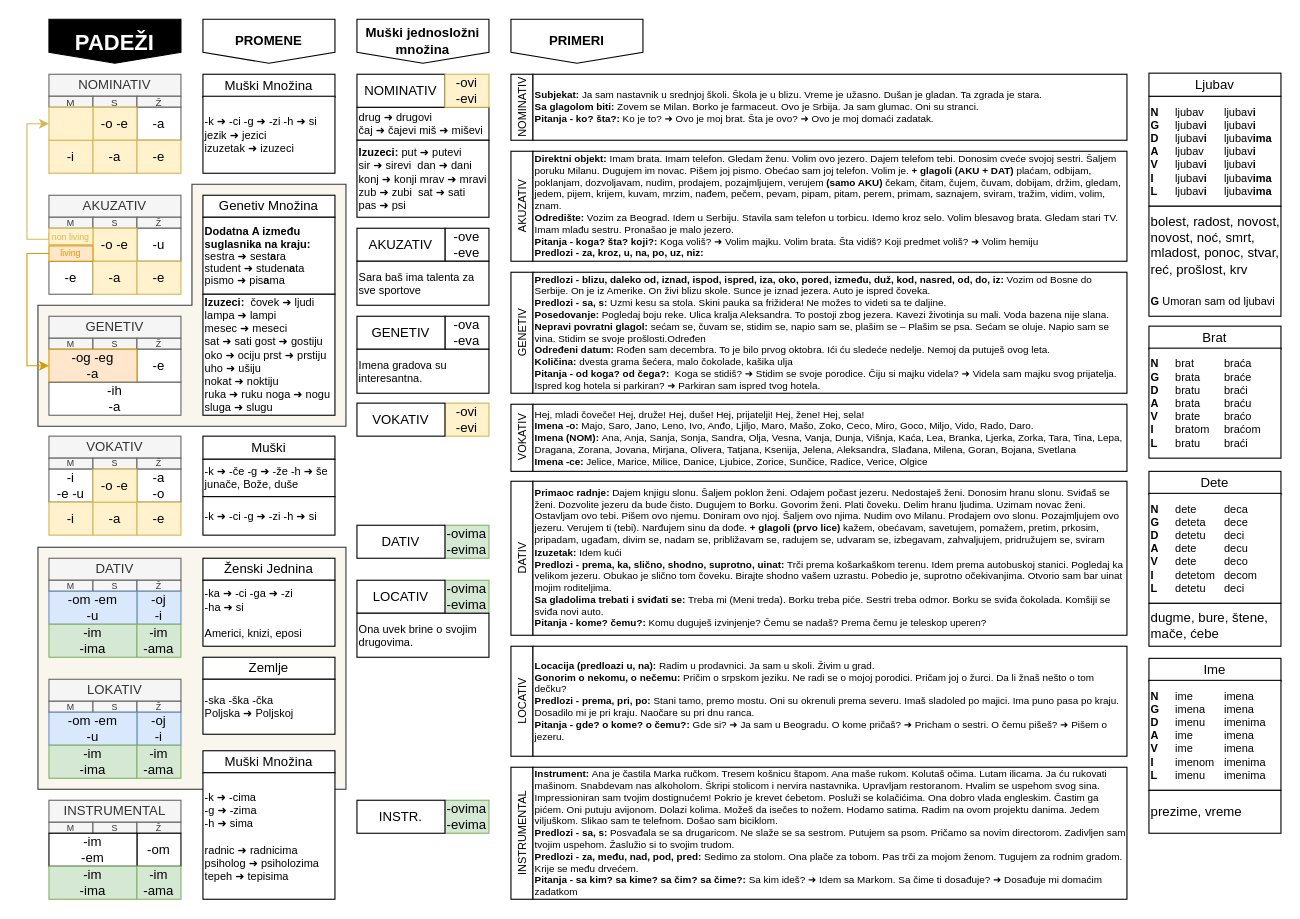
Earlier version of the draw.io diagram padezi.drawio (vlandivir/srpski). Source tidied: cells renumbered, new cells numbered last; positions are measured from the earlier drawing's top-left corner, leaving out a move shared by most shapes. Both pictures are drawn from the tidied source at 110%, with x=0, y=0 at pixel (26, 19).
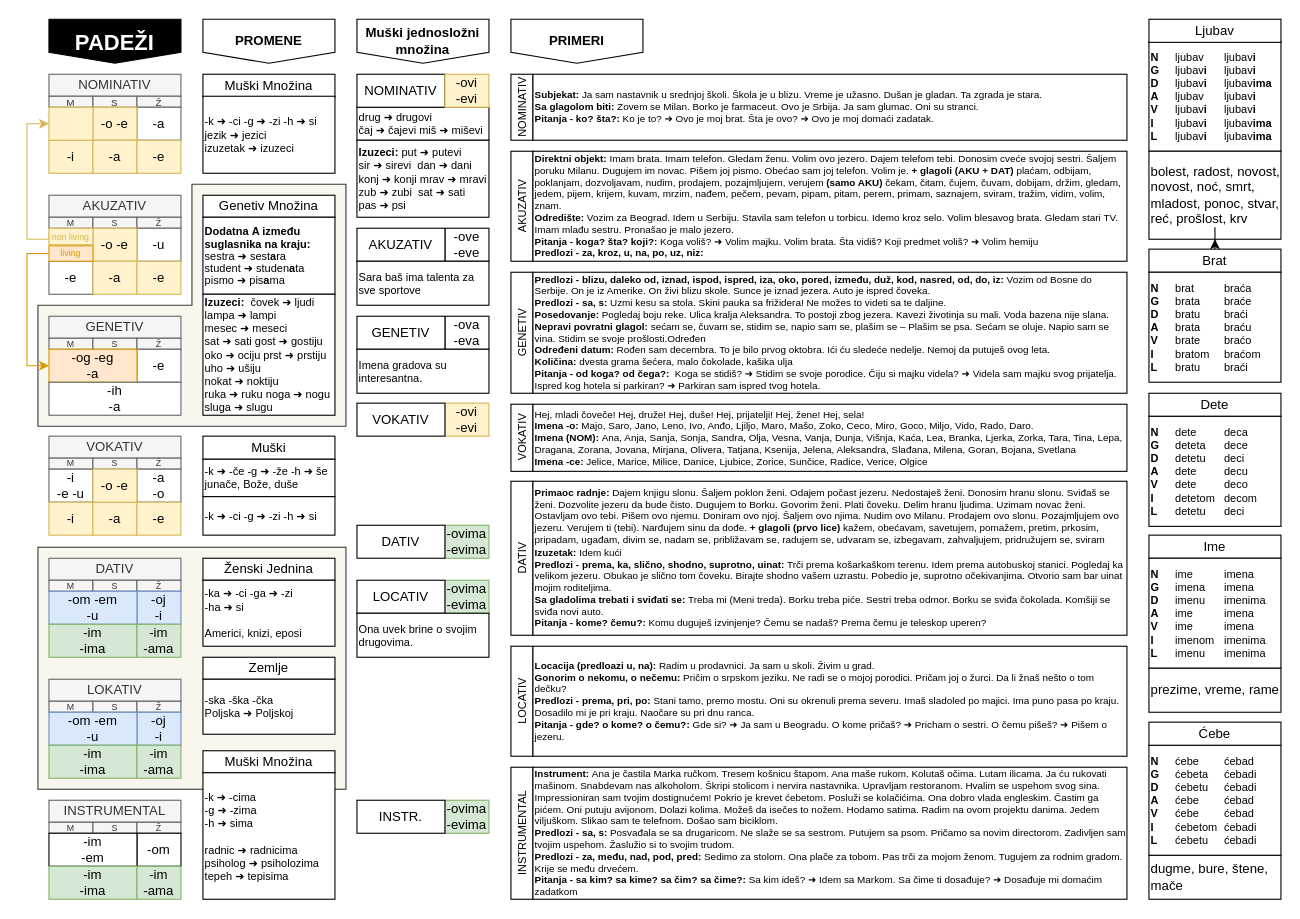
Above is the later version.

Change to the diagram source:
```diff
@@
     <mxCell id="103" value="&lt;font style=&quot;font-size: 10px;&quot;&gt;&lt;b style=&quot;font-size: 10px;&quot;&gt;N&lt;/b&gt;&lt;span style=&quot;font-size: 10px; white-space: pre;&quot;&gt;&#9;&lt;/span&gt;ljubav&lt;span style=&quot;font-size: 10px; white-space: pre;&quot;&gt;&#9;&lt;/span&gt;ljubav&lt;b style=&quot;font-size: 10px;&quot;&gt;i&lt;/b&gt;&lt;br style=&quot;font-size: 10px;&quot;&gt;&lt;b style=&quot;font-size: 10px;&quot;&gt;G&lt;/b&gt;&lt;span style=&quot;font-size: 10px; white-space: pre;&quot;&gt;&#9;&lt;/span&gt;ljubav&lt;b style=&quot;font-size: 10px;&quot;&gt;i&lt;/b&gt;&lt;span style=&quot;font-size: 10px; white-space: pre; font-weight: bold;&quot;&gt;&#9;&lt;/span&gt;ljubav&lt;b style=&quot;font-size: 10px;&quot;&gt;i&lt;/b&gt;&lt;br style=&quot;font-size: 10px;&quot;&gt;&lt;b style=&quot;font-size: 10px;&quot;&gt;D&lt;/b&gt;&lt;span style=&quot;font-size: 10px; white-space: pre;&quot;&gt;&#9;&lt;/span&gt;ljubav&lt;b style=&quot;font-size: 10px;&quot;&gt;i&lt;/b&gt;&lt;span style=&quot;font-size: 10px; white-space: pre; font-weight: bold;&quot;&gt;&#9;&lt;/span&gt;&lt;font style=&quot;font-size: 10px;&quot;&gt;ljubav&lt;/font&gt;&lt;b style=&quot;font-size: 10px;&quot;&gt;ima&lt;/b&gt;&lt;br style=&quot;font-size: 10px;&quot;&gt;&lt;b style=&quot;font-size: 10px;&quot;&gt;A&lt;/b&gt;&lt;span style=&quot;font-size: 10px; white-space: pre;&quot;&gt;&#9;&lt;/span&gt;ljubav&lt;span style=&quot;white-space: pre;&quot;&gt;&#9;&lt;/span&gt;ljubav&lt;b&gt;i&lt;/b&gt;&lt;br style=&quot;font-size: 10px;&quot;&gt;&lt;b style=&quot;font-size: 10px;&quot;&gt;V&lt;/b&gt;&lt;span style=&quot;font-size: 10px; white-space: pre;&quot;&gt;&#9;&lt;/span&gt;ljubav&lt;span style=&quot;font-size: 10px;&quot;&gt;&lt;b&gt;i&lt;/b&gt;&lt;span style=&quot;font-weight: bold; white-space: pre;&quot;&gt;&#9;&lt;/span&gt;ljubav&lt;/span&gt;&lt;b style=&quot;font-size: 10px;&quot;&gt;i&lt;/b&gt;&lt;br style=&quot;font-size: 10px;&quot;&gt;&lt;b style=&quot;font-size: 10px;&quot;&gt;I&lt;/b&gt;&lt;span style=&quot;font-size: 10px; white-space: pre;&quot;&gt;&#9;&lt;/span&gt;ljubav&lt;span style=&quot;font-size: 10px;&quot;&gt;&lt;b&gt;i&lt;/b&gt;&lt;span style=&quot;font-weight: bold; white-space: pre;&quot;&gt;&#9;&lt;/span&gt;ljubav&lt;/span&gt;&lt;b style=&quot;font-size: 10px;&quot;&gt;ima&lt;/b&gt;&lt;br style=&quot;font-size: 10px;&quot;&gt;&lt;b style=&quot;font-size: 10px;&quot;&gt;L&lt;/b&gt;&lt;span style=&quot;font-size: 10px; white-space: pre;&quot;&gt;&#9;&lt;/span&gt;ljubav&lt;span style=&quot;font-size: 10px;&quot;&gt;&lt;b&gt;i&lt;/b&gt;&lt;span style=&quot;font-weight: bold; white-space: pre;&quot;&gt;&#9;&lt;/span&gt;ljubav&lt;/span&gt;&lt;b style=&quot;font-size: 10px;&quot;&gt;ima&lt;/b&gt;&lt;br style=&quot;font-size: 10px;&quot;&gt;&lt;/font&gt;" style="rounded=0;html=1;align=left;fontSize=10;fontFamily=Helvetica;spacing=2;" parent="1" vertex="1">
-      <mxGeometry x="1020" y="70" width="120" height="100" as="geometry" />
+      <mxGeometry x="1020" y="20" width="120" height="100" as="geometry" />
     </mxCell>
     <mxCell id="104" value="Ljubav" style="rounded=0;whiteSpace=wrap;html=1;" parent="1" vertex="1">
-      <mxGeometry x="1020" y="49" width="120" height="21" as="geometry" />
+      <mxGeometry x="1020" width="120" height="21" as="geometry" />
     </mxCell>
-    <mxCell id="105" value="&lt;font style=&quot;&quot;&gt;bolest, radost, novost, novost, noć, smrt, mladost, ponoc, stvar, reć, prošlost, krv&lt;br&gt;&lt;font style=&quot;font-size: 10px;&quot;&gt;&lt;b&gt;&lt;br&gt;G&lt;/b&gt;&amp;nbsp;Umoran sam od ljubavi&lt;/font&gt;&lt;br style=&quot;font-size: 12px;&quot;&gt;&lt;/font&gt;" style="rounded=0;html=1;align=left;fontSize=12;fontFamily=Helvetica;spacing=2;whiteSpace=wrap;" parent="1" vertex="1">
-      <mxGeometry x="1020" y="170" width="120" height="100" as="geometry" />
+    <mxCell id="105" value="&lt;font style=&quot;&quot;&gt;bolest, radost, novost, novost, noć, smrt, mladost, ponoc, stvar, reć, prošlost, krv&lt;br style=&quot;font-size: 12px;&quot;&gt;&lt;/font&gt;" style="rounded=0;html=1;align=left;fontSize=12;fontFamily=Helvetica;spacing=2;whiteSpace=wrap;" parent="1" vertex="1">
+      <mxGeometry x="1020" y="120" width="120" height="80" as="geometry" />
     </mxCell>
@@
+    <mxCell id="130" style="edgeStyle=orthogonalEdgeStyle;rounded=0;jettySize=auto;html=1;" parent="1" edge="1" source="122" target="105">
+      <mxGeometry relative="1" as="geometry" />
+    </mxCell>
     <mxCell id="122" value="Brat" style="rounded=0;whiteSpace=wrap;html=1;" parent="1" vertex="1">
-      <mxGeometry x="1020" y="279" width="120" height="21" as="geometry" />
+      <mxGeometry x="1020" y="209" width="120" height="21" as="geometry" />
     </mxCell>
     <mxCell id="123" value="&lt;font style=&quot;font-size: 10px;&quot;&gt;&lt;b style=&quot;font-size: 10px;&quot;&gt;N&lt;/b&gt;&lt;span style=&quot;font-size: 10px; white-space: pre;&quot;&gt;&#9;&lt;/span&gt;brat&lt;span style=&quot;font-size: 10px; white-space: pre;&quot;&gt;&#9;&lt;span style=&quot;white-space: pre;&quot;&gt;&#9;&lt;/span&gt;b&lt;/span&gt;raća&lt;br style=&quot;font-size: 10px;&quot;&gt;&lt;b style=&quot;font-size: 10px;&quot;&gt;G&lt;/b&gt;&lt;span style=&quot;font-size: 10px; white-space: pre;&quot;&gt;&#9;&lt;/span&gt;brata&lt;span style=&quot;font-size: 10px; white-space: pre; font-weight: bold;&quot;&gt;&#9;&lt;/span&gt;braće&lt;br style=&quot;font-size: 10px;&quot;&gt;&lt;b style=&quot;font-size: 10px;&quot;&gt;D&lt;/b&gt;&lt;span style=&quot;font-size: 10px; white-space: pre;&quot;&gt;&#9;&lt;/span&gt;bratu&lt;span style=&quot;font-size: 10px; white-space: pre; font-weight: bold;&quot;&gt;&#9;&lt;/span&gt;braći&lt;br style=&quot;font-size: 10px;&quot;&gt;&lt;b style=&quot;font-size: 10px;&quot;&gt;A&lt;/b&gt;&lt;span style=&quot;font-size: 10px; white-space: pre;&quot;&gt;&#9;&lt;/span&gt;brata&lt;span style=&quot;white-space: pre;&quot;&gt;&#9;&lt;/span&gt;braću&lt;br style=&quot;font-size: 10px;&quot;&gt;&lt;span style=&quot;font-size: 10px;&quot;&gt;&lt;b&gt;V&lt;/b&gt;&lt;span style=&quot;font-weight: bold; white-space: pre;&quot;&gt;&#9;&lt;/span&gt;brate&lt;/span&gt;&lt;span style=&quot;font-size: 10px;&quot;&gt;&lt;span style=&quot;font-weight: bold; white-space: pre;&quot;&gt;&#9;&lt;/span&gt;braćo&lt;/span&gt;&lt;br style=&quot;font-size: 10px;&quot;&gt;&lt;span style=&quot;font-size: 10px;&quot;&gt;&lt;b&gt;I&lt;/b&gt;&lt;span style=&quot;font-weight: bold; white-space: pre;&quot;&gt;&#9;&lt;/span&gt;bratom&lt;/span&gt;&lt;span style=&quot;font-size: 10px;&quot;&gt;&lt;b&gt;&amp;nbsp;&lt;/b&gt;&lt;span style=&quot;font-weight: bold; white-space: pre;&quot;&gt;&#9;&lt;/span&gt;braćom&lt;/span&gt;&lt;br style=&quot;font-size: 10px;&quot;&gt;&lt;b style=&quot;font-size: 10px;&quot;&gt;L&lt;/b&gt;&lt;span style=&quot;font-size: 10px; white-space: pre;&quot;&gt;&#9;&lt;/span&gt;bratu&lt;span style=&quot;font-size: 10px;&quot;&gt;&lt;span style=&quot;font-weight: bold; white-space: pre;&quot;&gt;&#9;&lt;/span&gt;braći&lt;/span&gt;&lt;br style=&quot;font-size: 10px;&quot;&gt;&lt;/font&gt;" style="rounded=0;html=1;align=left;fontSize=10;fontFamily=Helvetica;spacing=2;" parent="1" vertex="1">
-      <mxGeometry x="1020" y="299" width="120" height="100" as="geometry" />
+      <mxGeometry x="1020" y="230" width="120" height="100" as="geometry" />
     </mxCell>
     <mxCell id="124" value="Dete" style="rounded=0;whiteSpace=wrap;html=1;" parent="1" vertex="1">
-      <mxGeometry x="1020" y="411" width="120" height="21" as="geometry" />
+      <mxGeometry x="1020" y="340" width="120" height="21" as="geometry" />
     </mxCell>
     <mxCell id="125" value="&lt;font style=&quot;font-size: 10px;&quot;&gt;&lt;b style=&quot;font-size: 10px;&quot;&gt;N&lt;/b&gt;&lt;span style=&quot;font-size: 10px; white-space: pre;&quot;&gt;&#9;&lt;/span&gt;dete&lt;span style=&quot;font-size: 10px; white-space: pre;&quot;&gt;&#9;&lt;span style=&quot;white-space: pre;&quot;&gt;&#9;&lt;/span&gt;d&lt;/span&gt;eca&lt;br style=&quot;font-size: 10px;&quot;&gt;&lt;b style=&quot;font-size: 10px;&quot;&gt;G&lt;/b&gt;&lt;span style=&quot;font-size: 10px; white-space: pre;&quot;&gt;&#9;&lt;/span&gt;deteta&lt;span style=&quot;font-size: 10px; white-space: pre; font-weight: bold;&quot;&gt;&#9;&lt;/span&gt;dece&lt;br style=&quot;font-size: 10px;&quot;&gt;&lt;b style=&quot;font-size: 10px;&quot;&gt;D&lt;/b&gt;&lt;span style=&quot;font-size: 10px; white-space: pre;&quot;&gt;&#9;&lt;/span&gt;detetu&lt;span style=&quot;font-size: 10px; white-space: pre; font-weight: bold;&quot;&gt;&#9;&lt;/span&gt;deci&lt;br style=&quot;font-size: 10px;&quot;&gt;&lt;b style=&quot;font-size: 10px;&quot;&gt;A&lt;/b&gt;&lt;span style=&quot;font-size: 10px; white-space: pre;&quot;&gt;&#9;&lt;/span&gt;dete&lt;span style=&quot;white-space: pre;&quot;&gt;&#9;&lt;/span&gt;&lt;span style=&quot;white-space: pre;&quot;&gt;&#9;&lt;/span&gt;decu&lt;br style=&quot;font-size: 10px;&quot;&gt;&lt;span style=&quot;font-size: 10px;&quot;&gt;&lt;b&gt;V&lt;/b&gt;&lt;span style=&quot;font-weight: bold; white-space: pre;&quot;&gt;&#9;&lt;/span&gt;dete&lt;span style=&quot;white-space: pre;&quot;&gt;&#9;&lt;/span&gt;&lt;/span&gt;&lt;span style=&quot;font-size: 10px;&quot;&gt;&lt;span style=&quot;font-weight: bold; white-space: pre;&quot;&gt;&#9;&lt;/span&gt;deco&lt;/span&gt;&lt;br style=&quot;font-size: 10px;&quot;&gt;&lt;span style=&quot;font-size: 10px;&quot;&gt;&lt;b&gt;I&lt;/b&gt;&lt;span style=&quot;font-weight: bold; white-space: pre;&quot;&gt;&#9;&lt;/span&gt;detetom&lt;/span&gt;&lt;span style=&quot;font-size: 10px;&quot;&gt;&lt;b&gt;&amp;nbsp;&lt;/b&gt;&lt;span style=&quot;font-weight: bold; white-space: pre;&quot;&gt;&#9;&lt;/span&gt;decom&lt;/span&gt;&lt;br style=&quot;font-size: 10px;&quot;&gt;&lt;b style=&quot;font-size: 10px;&quot;&gt;L&lt;/b&gt;&lt;span style=&quot;font-size: 10px; white-space: pre;&quot;&gt;&#9;&lt;/span&gt;detetu&lt;span style=&quot;font-size: 10px;&quot;&gt;&lt;span style=&quot;font-weight: bold; white-space: pre;&quot;&gt;&#9;&lt;/span&gt;deci&lt;/span&gt;&lt;br style=&quot;font-size: 10px;&quot;&gt;&lt;/font&gt;" style="rounded=0;html=1;align=left;fontSize=10;fontFamily=Helvetica;spacing=2;" parent="1" vertex="1">
-      <mxGeometry x="1020" y="431" width="120" height="100" as="geometry" />
+      <mxGeometry x="1020" y="361" width="120" height="100" as="geometry" />
     </mxCell>
-    <mxCell id="126" value="&lt;font style=&quot;&quot;&gt;dugme, bure, štene, mače, ćebe&lt;br style=&quot;font-size: 12px;&quot;&gt;&lt;/font&gt;" style="rounded=0;html=1;align=left;fontSize=12;fontFamily=Helvetica;spacing=2;whiteSpace=wrap;" parent="1" vertex="1">
-      <mxGeometry x="1020" y="531" width="120" height="39" as="geometry" />
+    <mxCell id="126" value="&lt;font style=&quot;&quot;&gt;dugme, bure, štene, mače&lt;br style=&quot;font-size: 12px;&quot;&gt;&lt;/font&gt;" style="rounded=0;html=1;align=left;fontSize=12;fontFamily=Helvetica;spacing=2;whiteSpace=wrap;" parent="1" vertex="1">
+      <mxGeometry x="1020" y="760" width="120" height="40" as="geometry" />
     </mxCell>
     <mxCell id="127" value="Ime" style="rounded=0;whiteSpace=wrap;html=1;" parent="1" vertex="1">
-      <mxGeometry x="1020" y="581" width="120" height="21" as="geometry" />
+      <mxGeometry x="1020" y="469" width="120" height="21" as="geometry" />
     </mxCell>
     <mxCell id="128" value="&lt;font style=&quot;font-size: 10px;&quot;&gt;&lt;b style=&quot;font-size: 10px;&quot;&gt;N&lt;/b&gt;&lt;span style=&quot;font-size: 10px; white-space: pre;&quot;&gt;&#9;&lt;/span&gt;ime&lt;span style=&quot;font-size: 10px; white-space: pre;&quot;&gt;&#9;&lt;span style=&quot;white-space: pre;&quot;&gt;&#9;&lt;/span&gt;i&lt;/span&gt;mena&lt;br style=&quot;font-size: 10px;&quot;&gt;&lt;b style=&quot;font-size: 10px;&quot;&gt;G&lt;/b&gt;&lt;span style=&quot;font-size: 10px; white-space: pre;&quot;&gt;&#9;&lt;/span&gt;imena&lt;span style=&quot;font-size: 10px; white-space: pre; font-weight: bold;&quot;&gt;&#9;&lt;/span&gt;imena&lt;br style=&quot;font-size: 10px;&quot;&gt;&lt;b style=&quot;font-size: 10px;&quot;&gt;D&lt;/b&gt;&lt;span style=&quot;font-size: 10px; white-space: pre;&quot;&gt;&#9;&lt;/span&gt;imenu&lt;span style=&quot;font-size: 10px; white-space: pre; font-weight: bold;&quot;&gt;&#9;&lt;/span&gt;imenima&lt;br style=&quot;font-size: 10px;&quot;&gt;&lt;b style=&quot;font-size: 10px;&quot;&gt;A&lt;/b&gt;&lt;span style=&quot;font-size: 10px; white-space: pre;&quot;&gt;&#9;&lt;/span&gt;ime&lt;span style=&quot;white-space: pre;&quot;&gt;&#9;&lt;/span&gt;&lt;span style=&quot;white-space: pre;&quot;&gt;&#9;&lt;/span&gt;imena&lt;br style=&quot;font-size: 10px;&quot;&gt;&lt;span style=&quot;font-size: 10px;&quot;&gt;&lt;b&gt;V&lt;/b&gt;&lt;span style=&quot;font-weight: bold; white-space: pre;&quot;&gt;&#9;&lt;/span&gt;ime&lt;span style=&quot;white-space: pre;&quot;&gt;&#9;&lt;/span&gt;&lt;/span&gt;&lt;span style=&quot;font-size: 10px;&quot;&gt;&lt;span style=&quot;font-weight: bold; white-space: pre;&quot;&gt;&#9;&lt;/span&gt;imena&lt;/span&gt;&lt;br style=&quot;font-size: 10px;&quot;&gt;&lt;span style=&quot;font-size: 10px;&quot;&gt;&lt;b&gt;I&lt;/b&gt;&lt;span style=&quot;font-weight: bold; white-space: pre;&quot;&gt;&#9;&lt;/span&gt;imenom&lt;/span&gt;&lt;span style=&quot;font-size: 10px;&quot;&gt;&lt;b&gt;&amp;nbsp;&lt;/b&gt;&lt;span style=&quot;font-weight: bold; white-space: pre;&quot;&gt;&#9;&lt;/span&gt;imenima&lt;/span&gt;&lt;br style=&quot;font-size: 10px;&quot;&gt;&lt;b style=&quot;font-size: 10px;&quot;&gt;L&lt;/b&gt;&lt;span style=&quot;font-size: 10px; white-space: pre;&quot;&gt;&#9;&lt;/span&gt;imenu&lt;span style=&quot;font-size: 10px;&quot;&gt;&lt;span style=&quot;font-weight: bold; white-space: pre;&quot;&gt;&#9;&lt;/span&gt;imenima&lt;/span&gt;&lt;br style=&quot;font-size: 10px;&quot;&gt;&lt;/font&gt;" style="rounded=0;html=1;align=left;fontSize=10;fontFamily=Helvetica;spacing=2;" parent="1" vertex="1">
-      <mxGeometry x="1020" y="601" width="120" height="100" as="geometry" />
+      <mxGeometry x="1020" y="490" width="120" height="100" as="geometry" />
     </mxCell>
-    <mxCell id="129" value="&lt;font style=&quot;&quot;&gt;prezime, vreme&lt;br style=&quot;font-size: 12px;&quot;&gt;&lt;/font&gt;" style="rounded=0;html=1;align=left;fontSize=12;fontFamily=Helvetica;spacing=2;whiteSpace=wrap;" parent="1" vertex="1">
-      <mxGeometry x="1020" y="701" width="120" height="39" as="geometry" />
+    <mxCell id="129" value="&lt;font style=&quot;&quot;&gt;prezime, vreme, rame&lt;br style=&quot;font-size: 12px;&quot;&gt;&lt;/font&gt;" style="rounded=0;html=1;align=left;fontSize=12;fontFamily=Helvetica;spacing=2;whiteSpace=wrap;" parent="1" vertex="1">
+      <mxGeometry x="1020" y="590" width="120" height="40" as="geometry" />
     </mxCell>
+    <mxCell id="131" value="&lt;font style=&quot;font-size: 10px;&quot;&gt;&lt;b style=&quot;font-size: 10px;&quot;&gt;N&lt;/b&gt;&lt;span style=&quot;font-size: 10px; white-space: pre;&quot;&gt;&#9;&lt;/span&gt;ćebe&lt;span style=&quot;font-size: 10px; white-space: pre;&quot;&gt;&lt;span style=&quot;white-space: pre;&quot;&gt;&#9;&lt;/span&gt;ćebad&lt;/span&gt;&lt;br style=&quot;font-size: 10px;&quot;&gt;&lt;b style=&quot;font-size: 10px;&quot;&gt;G&lt;/b&gt;&lt;span style=&quot;font-size: 10px; white-space: pre;&quot;&gt;&#9;&lt;/span&gt;ćebeta&lt;span style=&quot;font-size: 10px; white-space: pre; font-weight: bold;&quot;&gt;&#9;&lt;/span&gt;ćebadi&lt;br style=&quot;font-size: 10px;&quot;&gt;&lt;b style=&quot;font-size: 10px;&quot;&gt;D&lt;/b&gt;&lt;span style=&quot;font-size: 10px; white-space: pre;&quot;&gt;&#9;&lt;/span&gt;ćebetu&lt;span style=&quot;font-size: 10px; white-space: pre; font-weight: bold;&quot;&gt;&#9;&lt;/span&gt;ćebadi&lt;br style=&quot;font-size: 10px;&quot;&gt;&lt;b style=&quot;font-size: 10px;&quot;&gt;A&lt;/b&gt;&lt;span style=&quot;font-size: 10px; white-space: pre;&quot;&gt;&#9;&lt;/span&gt;ćebe&lt;span style=&quot;white-space: pre;&quot;&gt;&#9;&lt;/span&gt;ćebad&lt;br style=&quot;font-size: 10px;&quot;&gt;&lt;span style=&quot;font-size: 10px;&quot;&gt;&lt;b&gt;V&lt;/b&gt;&lt;span style=&quot;font-weight: bold; white-space: pre;&quot;&gt;&#9;&lt;/span&gt;ćebe&lt;span style=&quot;white-space: pre;&quot;&gt;&#9;&lt;/span&gt;ćebad&lt;/span&gt;&lt;br style=&quot;font-size: 10px;&quot;&gt;&lt;span style=&quot;font-size: 10px;&quot;&gt;&lt;b&gt;I&lt;/b&gt;&lt;span style=&quot;font-weight: bold; white-space: pre;&quot;&gt;&#9;&lt;/span&gt;ćebetom&lt;/span&gt;&lt;span style=&quot;font-size: 10px;&quot;&gt;&lt;b&gt;&amp;nbsp;&lt;/b&gt;&lt;span style=&quot;font-weight: bold; white-space: pre;&quot;&gt;&#9;&lt;/span&gt;ćebadi&lt;/span&gt;&lt;br style=&quot;font-size: 10px;&quot;&gt;&lt;b style=&quot;font-size: 10px;&quot;&gt;L&lt;/b&gt;&lt;span style=&quot;font-size: 10px; white-space: pre;&quot;&gt;&#9;&lt;/span&gt;ćebetu&lt;span style=&quot;font-size: 10px;&quot;&gt;&lt;span style=&quot;font-weight: bold; white-space: pre;&quot;&gt;&#9;&lt;/span&gt;ćebadi&lt;/span&gt;&lt;br style=&quot;font-size: 10px;&quot;&gt;&lt;/font&gt;" style="rounded=0;html=1;align=left;fontSize=10;fontFamily=Helvetica;spacing=2;" parent="1" vertex="1">
+      <mxGeometry x="1020" y="660" width="120" height="100" as="geometry" />
+    </mxCell>
+    <mxCell id="132" value="Ćebe" style="rounded=0;whiteSpace=wrap;html=1;" parent="1" vertex="1">
+      <mxGeometry x="1020" y="639" width="120" height="21" as="geometry" />
+    </mxCell>
```
